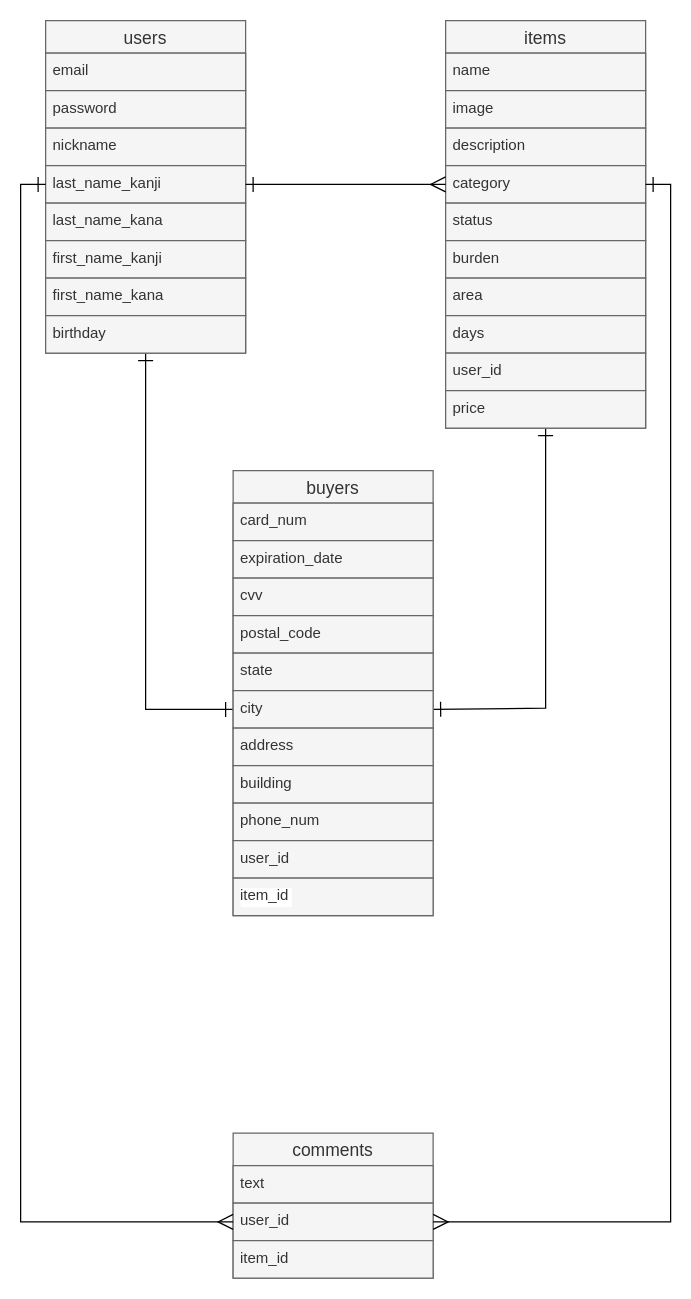
samanosuke-akechi/furima-34566 keeps this draw.io diagram as ER.dio. Above is the earlier version. Source tidied: cells renumbered, new cells numbered last; positions are measured from the earlier drawing's top-left corner, leaving out a move shared by most shapes. Both pictures are drawn from the tidied source at 125%, with x=0, y=0 at pixel (45, 20).
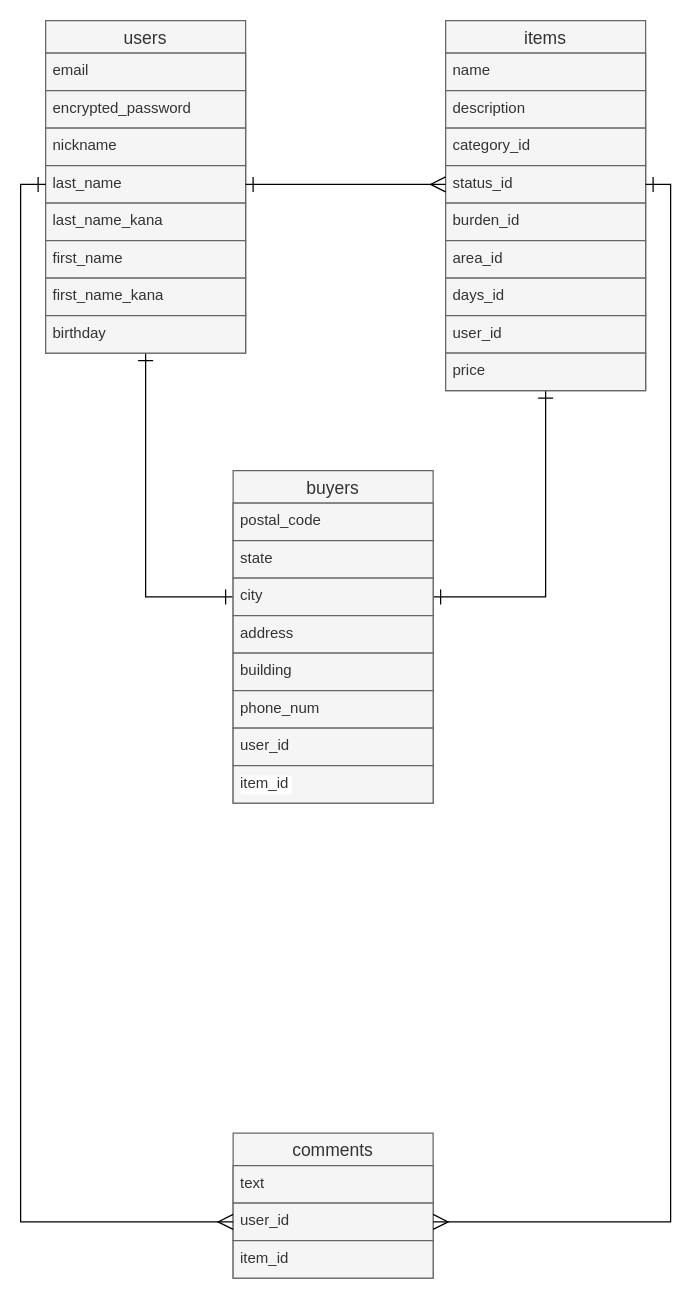
The same page after the edit.

The change refers to these unchanged cells:
```xml
<mxCell id="3" value="users" style="swimlane;fontStyle=0;horizontal=1;startSize=26;align=center;fontSize=14;fillColor=#f5f5f5;strokeColor=#666666;fontColor=#333333;" parent="1" vertex="1">
  <mxGeometry width="160" height="266" as="geometry" />
</mxCell>
<mxCell id="26" value="user_id" style="text;strokeColor=#666666;fillColor=#f5f5f5;spacingLeft=4;spacingRight=4;overflow=hidden;points=[[0,0.5],[1,0.5]];portConstraint=eastwest;fontSize=12;fontColor=#333333;" parent="24" vertex="1">
  <mxGeometry y="56" width="160" height="30" as="geometry" />
</mxCell>
```

What changed in the source:
```diff
@@
-    <mxCell id="5" value="password" style="text;strokeColor=#666666;fillColor=#f5f5f5;spacingLeft=4;spacingRight=4;overflow=hidden;fontSize=12;fontColor=#333333;" parent="3" vertex="1">
+    <mxCell id="5" value="encrypted_password" style="text;strokeColor=#666666;fillColor=#f5f5f5;spacingLeft=4;spacingRight=4;overflow=hidden;fontSize=12;fontColor=#333333;" parent="3" vertex="1">
       <mxGeometry y="56" width="160" height="30" as="geometry" />
     </mxCell>
@@
-    <mxCell id="7" value="last_name_kanji" style="text;strokeColor=#666666;fillColor=#f5f5f5;spacingLeft=4;spacingRight=4;overflow=hidden;points=[[0,0.5],[1,0.5]];portConstraint=eastwest;fontSize=12;fontColor=#333333;" parent="3" vertex="1">
+    <mxCell id="7" value="last_name" style="text;strokeColor=#666666;fillColor=#f5f5f5;spacingLeft=4;spacingRight=4;overflow=hidden;points=[[0,0.5],[1,0.5]];portConstraint=eastwest;fontSize=12;fontColor=#333333;" parent="3" vertex="1">
       <mxGeometry y="116" width="160" height="30" as="geometry" />
     </mxCell>
@@
-    <mxCell id="9" value="first_name_kanji" style="text;strokeColor=#666666;fillColor=#f5f5f5;spacingLeft=4;spacingRight=4;overflow=hidden;fontSize=12;fontColor=#333333;" parent="3" vertex="1">
+    <mxCell id="9" value="first_name" style="text;strokeColor=#666666;fillColor=#f5f5f5;spacingLeft=4;spacingRight=4;overflow=hidden;fontSize=12;fontColor=#333333;" parent="3" vertex="1">
       <mxGeometry y="176" width="160" height="30" as="geometry" />
     </mxCell>
@@
     <mxCell id="12" style="edgeStyle=orthogonalEdgeStyle;rounded=0;jettySize=auto;html=1;entryX=1;entryY=0.5;entryDx=0;entryDy=0;startArrow=ERone;startFill=0;endArrow=ERone;endFill=0;strokeColor=#000000;endSize=10;startSize=10;" parent="1" edge="1" source="13" target="37">
       <mxGeometry relative="1" as="geometry">
         <Array as="points">
-          <mxPoint x="400" y="550" />
+          <mxPoint x="400" y="461" />
         </Array>
       </mxGeometry>
     </mxCell>
     <mxCell id="13" value="items" style="swimlane;fontStyle=0;horizontal=1;startSize=26;align=center;fontSize=14;fillColor=#f5f5f5;strokeColor=#666666;fontColor=#333333;" parent="1" vertex="1">
-      <mxGeometry x="320" width="160" height="326" as="geometry" />
+      <mxGeometry x="320" width="160" height="296" as="geometry" />
     </mxCell>
@@
-    <mxCell id="15" value="image" style="text;strokeColor=#666666;fillColor=#f5f5f5;spacingLeft=4;spacingRight=4;overflow=hidden;fontSize=12;fontColor=#333333;" parent="13" vertex="1">
-      <mxGeometry y="56" width="160" height="30" as="geometry" />
-    </mxCell>
     <mxCell id="16" value="description" style="text;strokeColor=#666666;fillColor=#f5f5f5;spacingLeft=4;spacingRight=4;overflow=hidden;fontSize=12;fontColor=#333333;" parent="13" vertex="1">
-      <mxGeometry y="86" width="160" height="30" as="geometry" />
+      <mxGeometry y="56" width="160" height="30" as="geometry" />
     </mxCell>
-    <mxCell id="17" value="category" style="text;strokeColor=#666666;fillColor=#f5f5f5;spacingLeft=4;spacingRight=4;overflow=hidden;points=[[0,0.5],[1,0.5]];portConstraint=eastwest;fontSize=12;fontColor=#333333;" parent="13" vertex="1">
-      <mxGeometry y="116" width="160" height="30" as="geometry" />
+    <mxCell id="17" value="category_id" style="text;strokeColor=#666666;fillColor=#f5f5f5;spacingLeft=4;spacingRight=4;overflow=hidden;points=[[0,0.5],[1,0.5]];portConstraint=eastwest;fontSize=12;fontColor=#333333;" parent="13" vertex="1">
+      <mxGeometry y="86" width="160" height="30" as="geometry" />
     </mxCell>
-    <mxCell id="18" value="status" style="text;strokeColor=#666666;fillColor=#f5f5f5;spacingLeft=4;spacingRight=4;overflow=hidden;points=[[0,0.5],[1,0.5]];portConstraint=eastwest;fontSize=12;fontColor=#333333;" parent="13" vertex="1">
-      <mxGeometry y="146" width="160" height="30" as="geometry" />
+    <mxCell id="18" value="status_id" style="text;strokeColor=#666666;fillColor=#f5f5f5;spacingLeft=4;spacingRight=4;overflow=hidden;points=[[0,0.5],[1,0.5]];portConstraint=eastwest;fontSize=12;fontColor=#333333;" parent="13" vertex="1">
+      <mxGeometry y="116" width="160" height="30" as="geometry" />
     </mxCell>
-    <mxCell id="19" value="burden" style="text;strokeColor=#666666;fillColor=#f5f5f5;spacingLeft=4;spacingRight=4;overflow=hidden;fontSize=12;fontColor=#333333;" parent="13" vertex="1">
-      <mxGeometry y="176" width="160" height="30" as="geometry" />
+    <mxCell id="19" value="burden_id" style="text;strokeColor=#666666;fillColor=#f5f5f5;spacingLeft=4;spacingRight=4;overflow=hidden;fontSize=12;fontColor=#333333;" parent="13" vertex="1">
+      <mxGeometry y="146" width="160" height="30" as="geometry" />
     </mxCell>
-    <mxCell id="20" value="area" style="text;strokeColor=#666666;fillColor=#f5f5f5;spacingLeft=4;spacingRight=4;overflow=hidden;fontSize=12;fontColor=#333333;" parent="13" vertex="1">
-      <mxGeometry y="206" width="160" height="30" as="geometry" />
+    <mxCell id="20" value="area_id" style="text;strokeColor=#666666;fillColor=#f5f5f5;spacingLeft=4;spacingRight=4;overflow=hidden;fontSize=12;fontColor=#333333;" parent="13" vertex="1">
+      <mxGeometry y="176" width="160" height="30" as="geometry" />
     </mxCell>
-    <mxCell id="21" value="days" style="text;strokeColor=#666666;fillColor=#f5f5f5;spacingLeft=4;spacingRight=4;overflow=hidden;fontSize=12;fontColor=#333333;" parent="13" vertex="1">
-      <mxGeometry y="236" width="160" height="30" as="geometry" />
+    <mxCell id="21" value="days_id" style="text;strokeColor=#666666;fillColor=#f5f5f5;spacingLeft=4;spacingRight=4;overflow=hidden;fontSize=12;fontColor=#333333;" parent="13" vertex="1">
+      <mxGeometry y="206" width="160" height="30" as="geometry" />
     </mxCell>
     <mxCell id="22" value="user_id" style="text;strokeColor=#666666;fillColor=#f5f5f5;spacingLeft=4;spacingRight=4;overflow=hidden;fontSize=12;fontColor=#333333;" parent="13" vertex="1">
-      <mxGeometry y="266" width="160" height="30" as="geometry" />
+      <mxGeometry y="236" width="160" height="30" as="geometry" />
     </mxCell>
     <mxCell id="23" value="price" style="text;strokeColor=#666666;fillColor=#f5f5f5;spacingLeft=4;spacingRight=4;overflow=hidden;fontSize=12;fontColor=#333333;" parent="13" vertex="1">
-      <mxGeometry y="296" width="160" height="30" as="geometry" />
+      <mxGeometry y="266" width="160" height="30" as="geometry" />
     </mxCell>
@@
-    <mxCell id="28" style="edgeStyle=orthogonalEdgeStyle;rounded=0;jettySize=auto;html=1;exitX=1;exitY=0.5;exitDx=0;exitDy=0;entryX=0;entryY=0.5;entryDx=0;entryDy=0;startArrow=ERone;startFill=0;endArrow=ERmany;endFill=0;strokeColor=#000000;targetPerimeterSpacing=0;endSize=10;startSize=10;" parent="1" edge="1" source="7" target="17">
+    <mxCell id="28" style="edgeStyle=orthogonalEdgeStyle;rounded=0;jettySize=auto;html=1;exitX=1;exitY=0.5;exitDx=0;exitDy=0;entryX=0;entryY=0.5;entryDx=0;entryDy=0;startArrow=ERone;startFill=0;endArrow=ERmany;endFill=0;strokeColor=#000000;targetPerimeterSpacing=0;endSize=10;startSize=10;" parent="1" edge="1" source="7" target="18">
       <mxGeometry relative="1" as="geometry" />
     </mxCell>
@@
-    <mxCell id="30" style="edgeStyle=orthogonalEdgeStyle;rounded=0;jettySize=auto;html=1;exitX=1;exitY=0.5;exitDx=0;exitDy=0;entryX=1;entryY=0.5;entryDx=0;entryDy=0;startArrow=ERone;startFill=0;endArrow=ERmany;endFill=0;strokeColor=#000000;endSize=10;startSize=10;" parent="1" edge="1" source="17" target="26">
+    <mxCell id="30" style="edgeStyle=orthogonalEdgeStyle;rounded=0;jettySize=auto;html=1;exitX=1;exitY=0.5;exitDx=0;exitDy=0;entryX=1;entryY=0.5;entryDx=0;entryDy=0;startArrow=ERone;startFill=0;endArrow=ERmany;endFill=0;strokeColor=#000000;endSize=10;startSize=10;" parent="1" edge="1" source="18" target="26">
       <mxGeometry relative="1" as="geometry" />
     </mxCell>
     <mxCell id="31" value="buyers" style="swimlane;fontStyle=0;horizontal=1;startSize=26;align=center;fontSize=14;fillColor=#f5f5f5;strokeColor=#666666;fontColor=#333333;" parent="1" vertex="1">
-      <mxGeometry x="150" y="360" width="160" height="356" as="geometry" />
+      <mxGeometry x="150" y="360" width="160" height="266" as="geometry" />
     </mxCell>
-    <mxCell id="32" value="card_num" style="text;strokeColor=#666666;fillColor=#f5f5f5;spacingLeft=4;spacingRight=4;overflow=hidden;fontSize=12;fontColor=#333333;" parent="31" vertex="1">
-      <mxGeometry y="26" width="160" height="30" as="geometry" />
-    </mxCell>
-    <mxCell id="33" value="expiration_date" style="text;strokeColor=#666666;fillColor=#f5f5f5;spacingLeft=4;spacingRight=4;overflow=hidden;fontSize=12;fontColor=#333333;" parent="31" vertex="1">
-      <mxGeometry y="56" width="160" height="30" as="geometry" />
-    </mxCell>
-    <mxCell id="34" value="cvv" style="text;strokeColor=#666666;fillColor=#f5f5f5;spacingLeft=4;spacingRight=4;overflow=hidden;fontSize=12;fontColor=#333333;" parent="31" vertex="1">
-      <mxGeometry y="86" width="160" height="30" as="geometry" />
-    </mxCell>
     <mxCell id="35" value="postal_code" style="text;strokeColor=#666666;fillColor=#f5f5f5;spacingLeft=4;spacingRight=4;overflow=hidden;fontSize=12;fontColor=#333333;" parent="31" vertex="1">
-      <mxGeometry y="116" width="160" height="30" as="geometry" />
+      <mxGeometry y="26" width="160" height="30" as="geometry" />
     </mxCell>
     <mxCell id="36" value="state" style="text;strokeColor=#666666;fillColor=#f5f5f5;spacingLeft=4;spacingRight=4;overflow=hidden;fontSize=12;fontColor=#333333;" parent="31" vertex="1">
-      <mxGeometry y="146" width="160" height="30" as="geometry" />
+      <mxGeometry y="56" width="160" height="30" as="geometry" />
     </mxCell>
     <mxCell id="37" value="city" style="text;strokeColor=#666666;fillColor=#f5f5f5;spacingLeft=4;spacingRight=4;overflow=hidden;points=[[0,0.5],[1,0.5]];portConstraint=eastwest;fontSize=12;fontColor=#333333;" parent="31" vertex="1">
-      <mxGeometry y="176" width="160" height="30" as="geometry" />
+      <mxGeometry y="86" width="160" height="30" as="geometry" />
     </mxCell>
     <mxCell id="38" value="address" style="text;strokeColor=#666666;fillColor=#f5f5f5;spacingLeft=4;spacingRight=4;overflow=hidden;fontSize=12;fontColor=#333333;" parent="31" vertex="1">
-      <mxGeometry y="206" width="160" height="30" as="geometry" />
+      <mxGeometry y="116" width="160" height="30" as="geometry" />
     </mxCell>
     <mxCell id="39" value="building" style="text;strokeColor=#666666;fillColor=#f5f5f5;spacingLeft=4;spacingRight=4;overflow=hidden;fontSize=12;fontColor=#333333;" parent="31" vertex="1">
-      <mxGeometry y="236" width="160" height="30" as="geometry" />
+      <mxGeometry y="146" width="160" height="30" as="geometry" />
     </mxCell>
     <mxCell id="40" value="phone_num" style="text;strokeColor=#666666;fillColor=#f5f5f5;spacingLeft=4;spacingRight=4;overflow=hidden;fontSize=12;fontColor=#333333;" parent="31" vertex="1">
-      <mxGeometry y="266" width="160" height="30" as="geometry" />
+      <mxGeometry y="176" width="160" height="30" as="geometry" />
     </mxCell>
     <mxCell id="41" value="user_id" style="text;strokeColor=#666666;fillColor=#f5f5f5;spacingLeft=4;spacingRight=4;overflow=hidden;fontSize=12;fontColor=#333333;" parent="31" vertex="1">
-      <mxGeometry y="296" width="160" height="30" as="geometry" />
+      <mxGeometry y="206" width="160" height="30" as="geometry" />
     </mxCell>
     <mxCell id="42" value="item_id" style="text;strokeColor=#666666;fillColor=#f5f5f5;spacingLeft=4;spacingRight=4;overflow=hidden;fontSize=12;labelBackgroundColor=#ffffff;fontColor=#333333;" parent="31" vertex="1">
-      <mxGeometry y="326" width="160" height="30" as="geometry" />
+      <mxGeometry y="236" width="160" height="30" as="geometry" />
     </mxCell>
```
